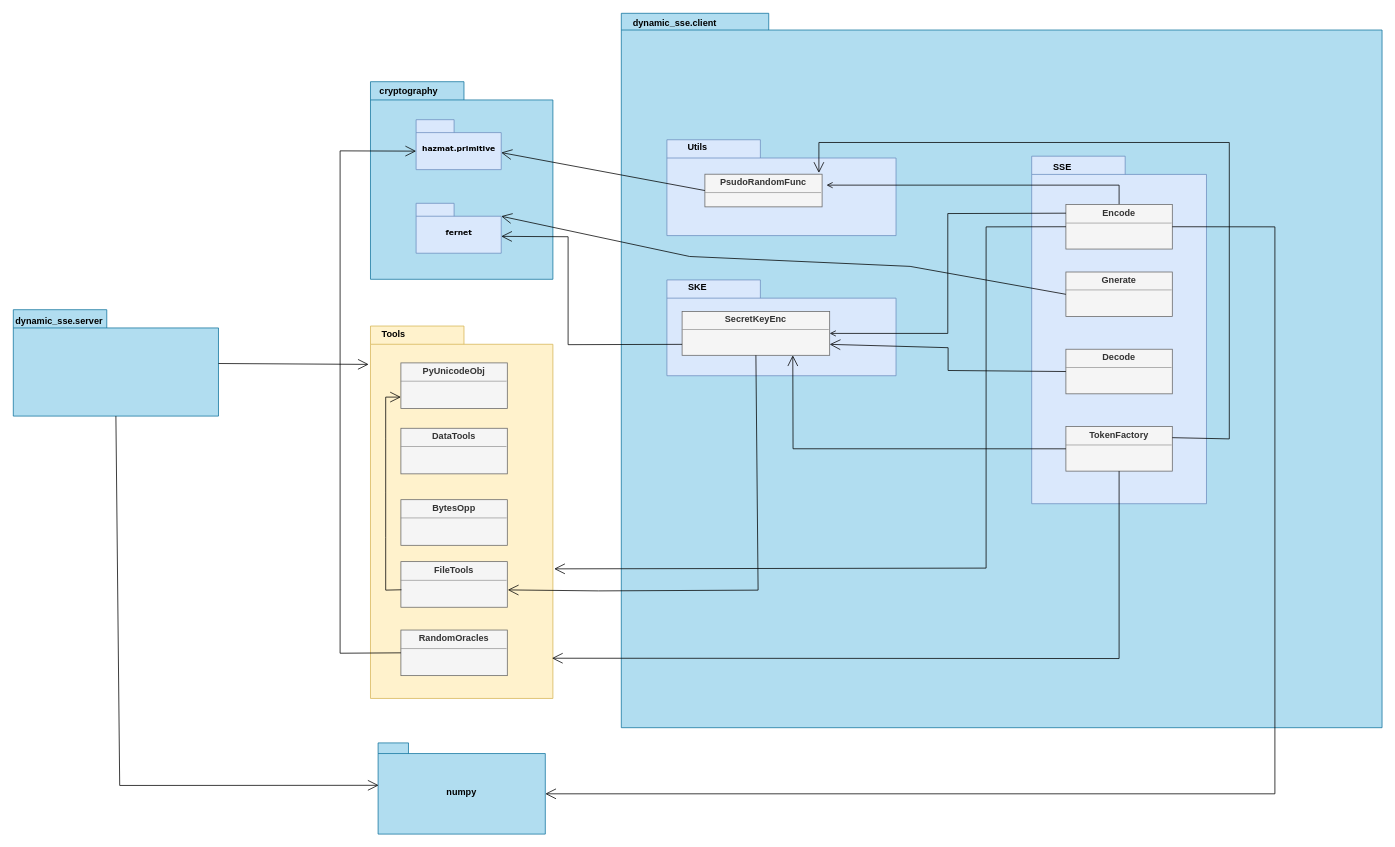
thisisel/dynamic-sse keeps this draw.io diagram as page "server" (3 of 4) of diagrams/structural/client_package.drawio. Above is the earlier version. Source tidied: cells renumbered, new cells numbered last; positions are measured from the earlier drawing's top-left corner, leaving out a move shared by most shapes. Both pictures are drawn from the tidied source at 76%, with x=0, y=0 at pixel (13, 13).
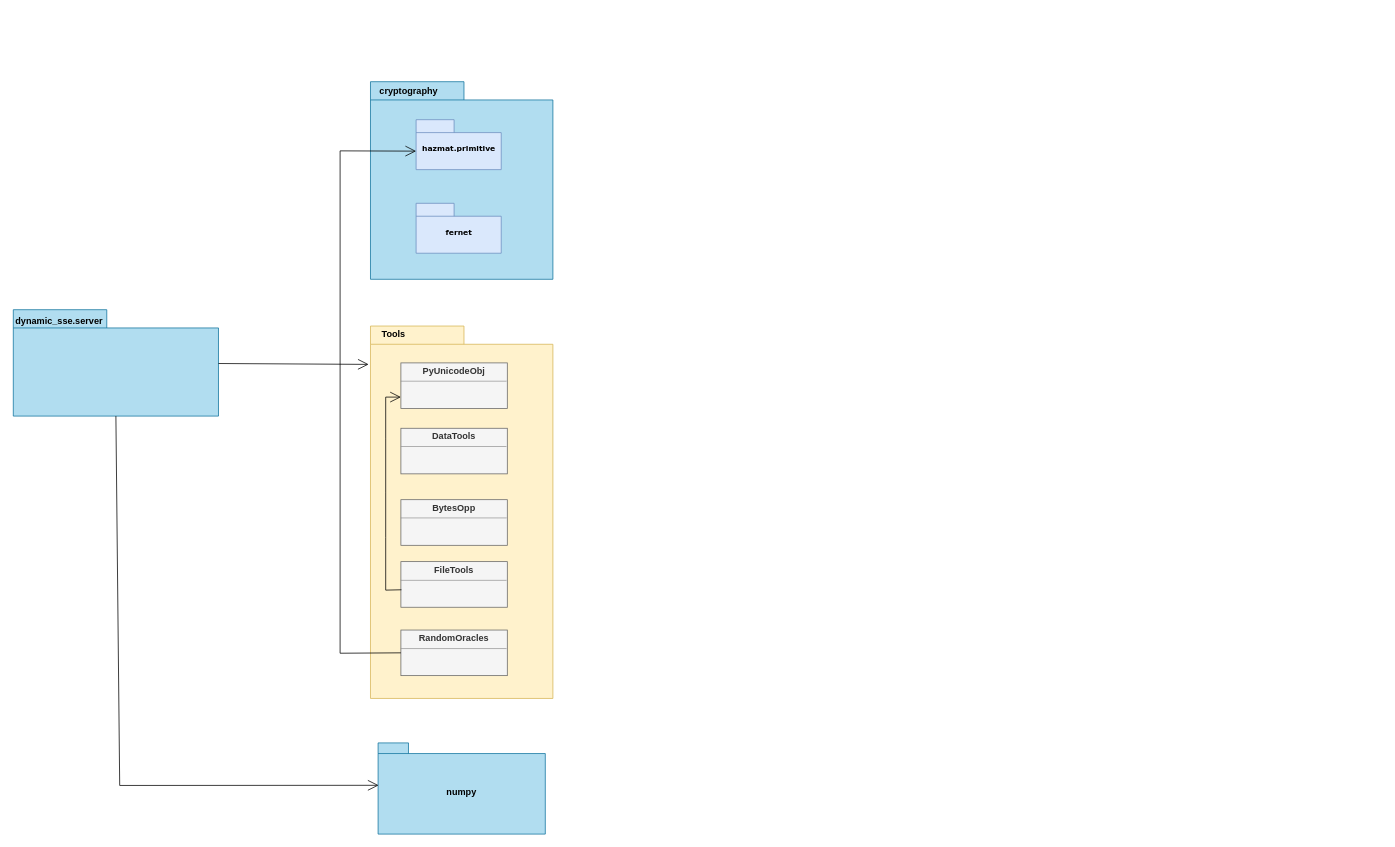
The same diagram, later.

Unchanged cells that the change refers to:
```xml
<mxCell id="5" value="hazmat.primitive" style="shape=folder;fontStyle=1;spacingTop=10;tabWidth=50;tabHeight=17;tabPosition=left;html=1;rounded=0;shadow=0;comic=0;labelBackgroundColor=none;strokeWidth=1;fontFamily=Verdana;fontSize=10;align=center;fillColor=#dae8fc;strokeColor=#6c8ebf;" parent="3" vertex="1">
  <mxGeometry x="70" y="50" width="112" height="65.7" as="geometry" />
</mxCell>
<mxCell id="6" value="fernet" style="shape=folder;fontStyle=1;spacingTop=10;tabWidth=50;tabHeight=17;tabPosition=left;html=1;rounded=0;shadow=0;comic=0;labelBackgroundColor=none;strokeWidth=1;fontFamily=Verdana;fontSize=10;align=center;fillColor=#dae8fc;strokeColor=#6c8ebf;" parent="3" vertex="1">
  <mxGeometry x="70" y="160" width="112" height="65.7" as="geometry" />
</mxCell>
<mxCell id="13" style="shape=folder;fontStyle=1;spacingTop=10;tabWidth=123;tabHeight=24;tabPosition=left;html=1;rounded=0;shadow=0;comic=0;labelBackgroundColor=none;strokeColor=#d6b656;strokeWidth=1;fillColor=#fff2cc;fontFamily=Verdana;fontSize=10;align=center;" parent="1" vertex="1">
  <mxGeometry x="470" y="411.5" width="240" height="490" as="geometry" />
</mxCell>
<mxCell id="33" value="&lt;p style=&quot;margin:0px;margin-top:4px;text-align:center;&quot;&gt;&lt;b&gt;FileTools&lt;/b&gt;&lt;/p&gt;&lt;hr size=&quot;1&quot;&gt;&lt;div style=&quot;height:2px;&quot;&gt;&lt;/div&gt;" style="verticalAlign=top;align=left;overflow=fill;fontSize=12;fontFamily=Helvetica;html=1;whiteSpace=wrap;fillColor=#f5f5f5;fontColor=#333333;strokeColor=#666666;" parent="1" vertex="1">
  <mxGeometry x="510" y="721.5" width="140" height="60" as="geometry" />
</mxCell>
<mxCell id="51" value="numpy" style="shape=folder;fontStyle=1;spacingTop=10;tabWidth=40;tabHeight=14;tabPosition=left;html=1;whiteSpace=wrap;fillColor=#b1ddf0;strokeColor=#10739e;" parent="1" vertex="1">
  <mxGeometry x="480" y="960" width="220" height="120" as="geometry" />
</mxCell>
```

Change to the diagram source:
```diff
@@
-    <mxCell id="2" style="shape=folder;fontStyle=1;spacingTop=10;tabWidth=194;tabHeight=22;tabPosition=left;html=1;rounded=0;shadow=0;comic=0;labelBackgroundColor=none;strokeWidth=1;fillColor=#b1ddf0;fontFamily=Verdana;fontSize=10;align=center;strokeColor=#10739e;" parent="1" vertex="1">
-      <mxGeometry x="800" width="1001" height="940" as="geometry" />
-    </mxCell>
@@
-    <mxCell id="8" style="group;" parent="1" vertex="1">
-      <mxGeometry x="860" y="165.6" width="301.5" height="126.9" as="geometry" />
-    </mxCell>
-    <mxCell id="9" style="group;" parent="8" vertex="1">
-      <mxGeometry width="301.5" height="126.9" as="geometry" />
-    </mxCell>
-    <mxCell id="10" style="shape=folder;fontStyle=1;spacingTop=10;tabWidth=123;tabHeight=24;tabPosition=left;html=1;rounded=0;shadow=0;comic=0;labelBackgroundColor=none;strokeWidth=1;fontFamily=Verdana;fontSize=10;align=center;fillColor=#dae8fc;strokeColor=#6c8ebf;" parent="9" vertex="1">
-      <mxGeometry y="0.8" width="301.5" height="126.1" as="geometry" />
-    </mxCell>
-    <mxCell id="11" value="&lt;p style=&quot;margin:0px;margin-top:4px;text-align:center;&quot;&gt;&lt;b&gt;PsudoRandomFunc&lt;/b&gt;&lt;/p&gt;&lt;hr size=&quot;1&quot;&gt;&lt;p style=&quot;margin:0px;margin-left:4px;&quot;&gt;&lt;/p&gt;&lt;p style=&quot;margin:0px;margin-left:4px;&quot;&gt;&lt;br&gt;&lt;/p&gt;" style="verticalAlign=top;align=left;overflow=fill;fontSize=12;fontFamily=Helvetica;html=1;whiteSpace=wrap;fillColor=#f5f5f5;fontColor=#333333;strokeColor=#666666;" parent="9" vertex="1">
-      <mxGeometry x="50" y="46.1" width="154.2" height="43" as="geometry" />
-    </mxCell>
-    <mxCell id="12" value="Utils" style="text;align=center;fontStyle=1;verticalAlign=middle;spacingLeft=3;spacingRight=3;strokeColor=none;html=1;" parent="9" vertex="1">
-      <mxGeometry width="80" height="21.1" as="geometry" />
-    </mxCell>
@@
-    <mxCell id="14" style="group;" parent="1" vertex="1">
-      <mxGeometry x="1340" y="188" width="230" height="470" as="geometry" />
-    </mxCell>
-    <mxCell id="15" style="shape=folder;fontStyle=1;spacingTop=10;tabWidth=123;tabHeight=24;tabPosition=left;html=1;rounded=0;shadow=0;comic=0;labelBackgroundColor=none;strokeWidth=1;fontFamily=Verdana;fontSize=10;align=center;fillColor=#dae8fc;strokeColor=#6c8ebf;" parent="14" vertex="1">
-      <mxGeometry width="230" height="457.3" as="geometry" />
-    </mxCell>
-    <mxCell id="16" style="edgeStyle=orthogonalEdgeStyle;rounded=0;jettySize=auto;html=1;endArrow=open;endFill=0;" parent="14" edge="1" source="17">
-      <mxGeometry relative="1" as="geometry">
-        <mxPoint x="-270" y="38.1" as="targetPoint" />
-        <Array as="points">
-          <mxPoint x="115" y="38.1" />
-        </Array>
-      </mxGeometry>
-    </mxCell>
-    <mxCell id="17" value="&lt;p style=&quot;margin:0px;margin-top:4px;text-align:center;&quot;&gt;&lt;b&gt;Encode&lt;/b&gt;&lt;/p&gt;&lt;hr size=&quot;1&quot;&gt;&lt;div style=&quot;height:2px;&quot;&gt;&lt;/div&gt;" style="verticalAlign=top;align=left;overflow=fill;fontSize=12;fontFamily=Helvetica;html=1;whiteSpace=wrap;fillColor=#f5f5f5;fontColor=#333333;strokeColor=#666666;" parent="14" vertex="1">
-      <mxGeometry x="45" y="63.5" width="140" height="58.7" as="geometry" />
-    </mxCell>
-    <mxCell id="18" value="&lt;p style=&quot;margin:0px;margin-top:4px;text-align:center;&quot;&gt;&lt;b&gt;Gnerate&lt;/b&gt;&lt;/p&gt;&lt;hr size=&quot;1&quot;&gt;&lt;div style=&quot;height:2px;&quot;&gt;&lt;/div&gt;" style="verticalAlign=top;align=left;overflow=fill;fontSize=12;fontFamily=Helvetica;html=1;whiteSpace=wrap;fillColor=#f5f5f5;fontColor=#333333;strokeColor=#666666;" parent="14" vertex="1">
-      <mxGeometry x="45" y="152.4" width="140" height="58.7" as="geometry" />
-    </mxCell>
-    <mxCell id="19" value="&lt;p style=&quot;margin:0px;margin-top:4px;text-align:center;&quot;&gt;&lt;b&gt;Decode&lt;/b&gt;&lt;/p&gt;&lt;hr size=&quot;1&quot;&gt;&lt;div style=&quot;height:2px;&quot;&gt;&lt;/div&gt;" style="verticalAlign=top;align=left;overflow=fill;fontSize=12;fontFamily=Helvetica;html=1;whiteSpace=wrap;fillColor=#f5f5f5;fontColor=#333333;strokeColor=#666666;" parent="14" vertex="1">
-      <mxGeometry x="45" y="254" width="140" height="58.7" as="geometry" />
-    </mxCell>
-    <mxCell id="20" value="&lt;p style=&quot;margin:0px;margin-top:4px;text-align:center;&quot;&gt;&lt;b&gt;TokenFactory&lt;/b&gt;&lt;/p&gt;&lt;hr size=&quot;1&quot;&gt;&lt;div style=&quot;height:2px;&quot;&gt;&lt;/div&gt;" style="verticalAlign=top;align=left;overflow=fill;fontSize=12;fontFamily=Helvetica;html=1;whiteSpace=wrap;fillColor=#f5f5f5;fontColor=#333333;strokeColor=#666666;" parent="14" vertex="1">
-      <mxGeometry x="45" y="355.7" width="140" height="58.7" as="geometry" />
-    </mxCell>
-    <mxCell id="21" value="SSE" style="text;align=center;fontStyle=1;verticalAlign=middle;spacingLeft=3;spacingRight=3;strokeColor=none;html=1;" parent="14" vertex="1">
-      <mxGeometry y="2" width="80" height="25.5" as="geometry" />
-    </mxCell>
@@
-    <mxCell id="23" style="group;" parent="1" vertex="1">
-      <mxGeometry x="860" y="350" width="301.5" height="126.9" as="geometry" />
-    </mxCell>
-    <mxCell id="24" style="shape=folder;fontStyle=1;spacingTop=10;tabWidth=123;tabHeight=24;tabPosition=left;html=1;rounded=0;shadow=0;comic=0;labelBackgroundColor=none;strokeWidth=1;fontFamily=Verdana;fontSize=10;align=center;fillColor=#dae8fc;strokeColor=#6c8ebf;" parent="23" vertex="1">
-      <mxGeometry y="0.8" width="301.5" height="126.1" as="geometry" />
-    </mxCell>
-    <mxCell id="25" value="&lt;p style=&quot;margin:0px;margin-top:4px;text-align:center;&quot;&gt;&lt;b&gt;SecretKeyEnc&lt;/b&gt;&lt;/p&gt;&lt;hr size=&quot;1&quot;&gt;&lt;p style=&quot;margin:0px;margin-left:4px;&quot;&gt;&lt;/p&gt;&lt;p style=&quot;margin:0px;margin-left:4px;&quot;&gt;&lt;br&gt;&lt;/p&gt;" style="verticalAlign=top;align=left;overflow=fill;fontSize=12;fontFamily=Helvetica;html=1;whiteSpace=wrap;fillColor=#f5f5f5;fontColor=#333333;strokeColor=#666666;" parent="23" vertex="1">
-      <mxGeometry x="20" y="42.4" width="194.2" height="57.6" as="geometry" />
-    </mxCell>
-    <mxCell id="26" value="SKE" style="text;align=center;fontStyle=1;verticalAlign=middle;spacingLeft=3;spacingRight=3;strokeColor=none;html=1;" parent="23" vertex="1">
-      <mxGeometry width="80" height="21.1" as="geometry" />
-    </mxCell>
-    <mxCell id="27" value="dynamic_sse.client" style="text;align=center;fontStyle=1;verticalAlign=middle;spacingLeft=3;spacingRight=3;strokeColor=none;html=1;" parent="1" vertex="1">
-      <mxGeometry x="830" width="80" height="26" as="geometry" />
-    </mxCell>
-    <mxCell id="28" style="endArrow=open;endFill=1;endSize=12;html=1;rounded=0;exitX=0;exitY=0.75;exitDx=0;exitDy=0;entryX=0;entryY=0;entryDx=112;entryDy=43.5;entryPerimeter=0;" parent="1" edge="1" source="25" target="6">
-      <mxGeometry relative="1" as="geometry">
-        <Array as="points">
-          <mxPoint x="730" y="436" />
-          <mxPoint x="730" y="294" />
-        </Array>
-      </mxGeometry>
-    </mxCell>
-    <mxCell id="29" style="endArrow=open;endFill=1;endSize=12;html=1;rounded=0;exitX=0.5;exitY=1;exitDx=0;exitDy=0;entryX=1.005;entryY=0.62;entryDx=0;entryDy=0;entryPerimeter=0;" parent="1" edge="1" source="25" target="33">
-      <mxGeometry relative="1" as="geometry">
-        <Array as="points">
-          <mxPoint x="980" y="759" />
-          <mxPoint x="770" y="760" />
-        </Array>
-      </mxGeometry>
-    </mxCell>
@@
-    <mxCell id="36" style="endArrow=open;endFill=1;endSize=12;html=1;rounded=0;exitX=0;exitY=0.5;exitDx=0;exitDy=0;" parent="1" edge="1" source="11" target="5">
-      <mxGeometry relative="1" as="geometry" />
-    </mxCell>
@@
-    <mxCell id="38" style="edgeStyle=orthogonalEdgeStyle;rounded=0;jettySize=auto;html=1;entryX=1;entryY=0.5;entryDx=0;entryDy=0;endArrow=open;endFill=0;" parent="1" edge="1" target="25">
-      <mxGeometry relative="1" as="geometry">
-        <mxPoint x="1385" y="263" as="sourcePoint" />
-      </mxGeometry>
-    </mxCell>
-    <mxCell id="39" style="endArrow=open;endFill=1;endSize=12;html=1;rounded=0;exitX=0;exitY=0.5;exitDx=0;exitDy=0;entryX=1.007;entryY=0.652;entryDx=0;entryDy=0;entryPerimeter=0;" parent="1" edge="1" source="17" target="13">
-      <mxGeometry relative="1" as="geometry">
-        <Array as="points">
-          <mxPoint x="1280" y="281" />
-          <mxPoint x="1280" y="730" />
-        </Array>
-      </mxGeometry>
-    </mxCell>
-    <mxCell id="40" style="endArrow=open;endFill=1;endSize=12;html=1;rounded=0;exitX=0;exitY=0.5;exitDx=0;exitDy=0;entryX=0;entryY=0;entryDx=111.99999999999999;entryDy=17;entryPerimeter=0;" parent="1" edge="1" source="18" target="6">
-      <mxGeometry relative="1" as="geometry">
-        <Array as="points">
-          <mxPoint x="1180" y="333" />
-          <mxPoint x="890" y="320" />
-        </Array>
-      </mxGeometry>
-    </mxCell>
-    <mxCell id="41" style="endArrow=open;endFill=1;endSize=12;html=1;rounded=0;exitX=0;exitY=0.5;exitDx=0;exitDy=0;entryX=1;entryY=0.75;entryDx=0;entryDy=0;" parent="1" edge="1" source="19" target="25">
-      <mxGeometry relative="1" as="geometry">
-        <Array as="points">
-          <mxPoint x="1230" y="470" />
-          <mxPoint x="1230" y="440" />
-        </Array>
-      </mxGeometry>
-    </mxCell>
-    <mxCell id="42" style="endArrow=open;endFill=1;endSize=12;html=1;rounded=0;exitX=1;exitY=0.25;exitDx=0;exitDy=0;" parent="1" edge="1" source="20">
-      <mxGeometry relative="1" as="geometry">
-        <mxPoint x="1060" y="210" as="targetPoint" />
-        <Array as="points">
-          <mxPoint x="1600" y="560" />
-          <mxPoint x="1600" y="170" />
-          <mxPoint x="1060" y="170" />
-        </Array>
-      </mxGeometry>
-    </mxCell>
-    <mxCell id="43" style="endArrow=open;endFill=1;endSize=12;html=1;rounded=0;exitX=0;exitY=0.5;exitDx=0;exitDy=0;entryX=0.75;entryY=1;entryDx=0;entryDy=0;" parent="1" edge="1" source="20" target="25">
-      <mxGeometry relative="1" as="geometry">
-        <Array as="points">
-          <mxPoint x="1026" y="573" />
-        </Array>
-      </mxGeometry>
-    </mxCell>
-    <mxCell id="44" style="endArrow=open;endFill=1;endSize=12;html=1;rounded=0;exitX=0.5;exitY=1;exitDx=0;exitDy=0;entryX=0.995;entryY=0.892;entryDx=0;entryDy=0;entryPerimeter=0;" parent="1" edge="1" source="20" target="13">
-      <mxGeometry relative="1" as="geometry">
-        <Array as="points">
-          <mxPoint x="1455" y="849" />
-        </Array>
-      </mxGeometry>
-    </mxCell>
@@
-    <mxCell id="53" style="endArrow=open;endFill=1;endSize=12;html=1;rounded=0;exitX=1;exitY=0.5;exitDx=0;exitDy=0;entryX=0;entryY=0;entryDx=220;entryDy=67;entryPerimeter=0;" parent="1" edge="1" source="17" target="51">
-      <mxGeometry relative="1" as="geometry">
-        <Array as="points">
-          <mxPoint x="1660" y="281" />
-          <mxPoint x="1660" y="1027" />
-        </Array>
-      </mxGeometry>
-    </mxCell>
```
